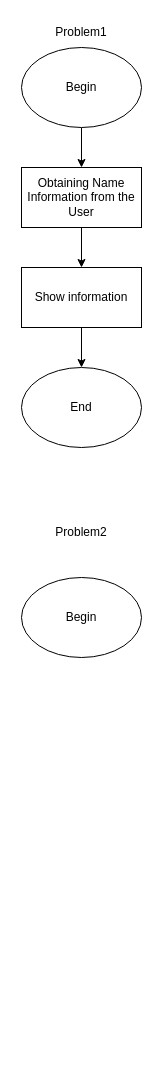
Earlier version of the draw.io diagram Başlıksız Diyagram.drawio (KaXaBlanka/python-assignment). Source tidied: cells renumbered, new cells numbered last; positions are measured from the earlier drawing's top-left corner, leaving out a move shared by most shapes. Both pictures are drawn from the tidied source at 100%, with x=0, y=0 at pixel (21, 17).
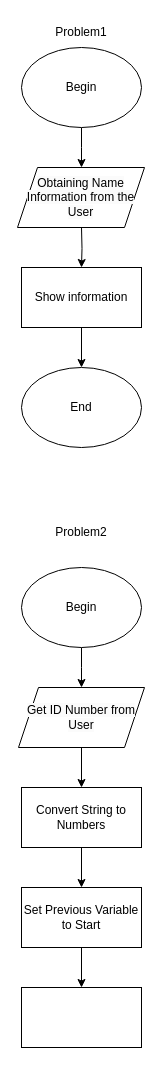
The same diagram, later.

Unchanged cells that the change refers to:
```xml
<mxCell id="3" value="Begin" style="ellipse;whiteSpace=wrap;html=1;" parent="1" vertex="1">
  <mxGeometry y="30" width="120" height="80" as="geometry" />
</mxCell>
<mxCell id="7" value="Show information" style="whiteSpace=wrap;html=1;" parent="1" vertex="1">
  <mxGeometry y="250" width="120" height="60" as="geometry" />
</mxCell>
```

The edit, as a diff of the source:
```diff
@@
-    <mxCell id="2" style="edgeStyle=orthogonalEdgeStyle;rounded=0;jettySize=auto;html=1;" parent="1" edge="1" source="3" target="5">
-      <mxGeometry relative="1" as="geometry" />
+    <mxCell id="2" style="edgeStyle=orthogonalEdgeStyle;rounded=0;jettySize=auto;html=1;" parent="1" edge="1" source="3">
+      <mxGeometry relative="1" as="geometry">
+        <mxPoint x="60" y="150" as="targetPoint" />
+      </mxGeometry>
     </mxCell>
@@
-    <mxCell id="4" style="edgeStyle=orthogonalEdgeStyle;rounded=0;jettySize=auto;html=1;" parent="1" edge="1" source="5" target="7">
-      <mxGeometry relative="1" as="geometry" />
+    <mxCell id="4" style="edgeStyle=orthogonalEdgeStyle;rounded=0;jettySize=auto;html=1;" parent="1" edge="1" target="7">
+      <mxGeometry relative="1" as="geometry">
+        <mxPoint x="60" y="210" as="sourcePoint" />
+      </mxGeometry>
     </mxCell>
-    <mxCell id="5" value="Obtaining Name Information from the User" style="whiteSpace=wrap;html=1;" parent="1" vertex="1">
-      <mxGeometry y="150" width="120" height="60" as="geometry" />
-    </mxCell>
@@
+    <mxCell id="12" style="edgeStyle=orthogonalEdgeStyle;rounded=0;jettySize=auto;html=1;" parent="1" edge="1" source="11">
+      <mxGeometry relative="1" as="geometry">
+        <mxPoint x="60" y="670" as="targetPoint" />
+      </mxGeometry>
+    </mxCell>
     <mxCell id="11" value="Begin" style="ellipse;whiteSpace=wrap;html=1;" parent="1" vertex="1">
-      <mxGeometry y="560" width="120" height="80" as="geometry" />
+      <mxGeometry y="550" width="120" height="80" as="geometry" />
     </mxCell>
+    <mxCell id="13" style="edgeStyle=orthogonalEdgeStyle;rounded=0;jettySize=auto;html=1;" parent="1" edge="1" source="14" target="16">
+      <mxGeometry relative="1" as="geometry" />
+    </mxCell>
+    <mxCell id="14" value="&lt;span style=&quot;caret-color: rgb(0, 0, 0); color: rgb(0, 0, 0); font-family: Helvetica; font-size: 12px; font-style: normal; font-variant-caps: normal; font-weight: 400; letter-spacing: normal; text-align: center; text-indent: 0px; text-transform: none; word-spacing: 0px; -webkit-text-stroke-width: 0px; background-color: rgb(251, 251, 251); text-decoration: none; float: none; display: inline !important;&quot;&gt;Get ID Number from User&lt;/span&gt;" style="shape=parallelogram;perimeter=parallelogramPerimeter;whiteSpace=wrap;html=1;fixedSize=1;" parent="1" vertex="1">
+      <mxGeometry x="-3" y="670" width="126" height="60" as="geometry" />
+    </mxCell>
+    <mxCell id="5" value="&lt;span style=&quot;caret-color: rgb(0, 0, 0); color: rgb(0, 0, 0); font-family: Helvetica; font-size: 12px; font-style: normal; font-variant-caps: normal; font-weight: 400; letter-spacing: normal; text-align: center; text-indent: 0px; text-transform: none; word-spacing: 0px; -webkit-text-stroke-width: 0px; background-color: rgb(251, 251, 251); text-decoration: none; float: none; display: inline !important;&quot;&gt;Obtaining Name Information from the User&lt;/span&gt;" style="shape=parallelogram;perimeter=parallelogramPerimeter;whiteSpace=wrap;html=1;fixedSize=1;" parent="1" vertex="1">
+      <mxGeometry x="-4" y="150" width="127" height="60" as="geometry" />
+    </mxCell>
+    <mxCell id="15" style="edgeStyle=orthogonalEdgeStyle;rounded=0;jettySize=auto;html=1;" parent="1" edge="1" source="16" target="18">
+      <mxGeometry relative="1" as="geometry" />
+    </mxCell>
+    <mxCell id="16" value="Convert String to Numbers" style="whiteSpace=wrap;html=1;" parent="1" vertex="1">
+      <mxGeometry y="770" width="120" height="60" as="geometry" />
+    </mxCell>
+    <mxCell id="17" style="edgeStyle=orthogonalEdgeStyle;rounded=0;jettySize=auto;html=1;" parent="1" edge="1" source="18" target="19">
+      <mxGeometry relative="1" as="geometry" />
+    </mxCell>
+    <mxCell id="18" value="Set Previous Variable to Start" style="whiteSpace=wrap;html=1;" parent="1" vertex="1">
+      <mxGeometry y="870" width="120" height="60" as="geometry" />
+    </mxCell>
+    <mxCell id="19" style="whiteSpace=wrap;html=1;" parent="1" vertex="1">
+      <mxGeometry y="970" width="120" height="60" as="geometry" />
+    </mxCell>
```
